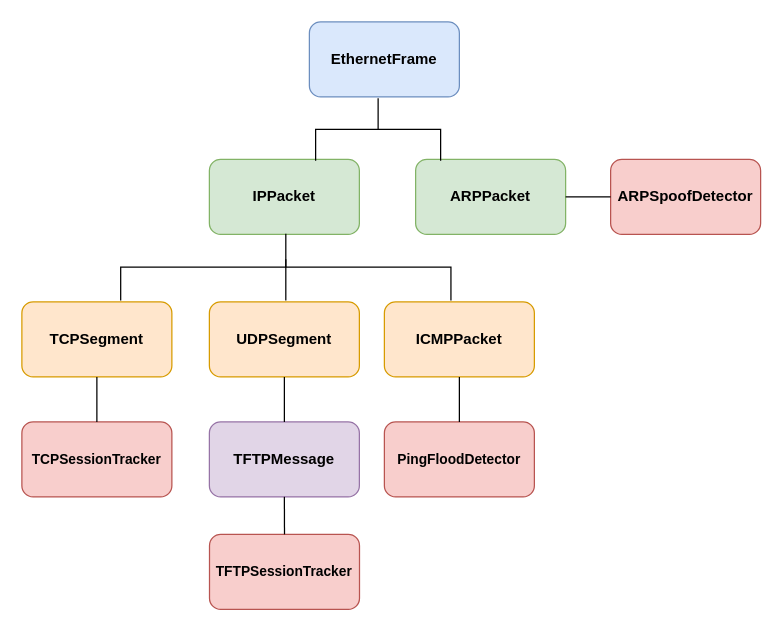
Above: cPacketSniffer.drawio in baoqger/drawing.io (draw.io), before the change. Source tidied: cells renumbered, new cells numbered last; positions are measured from the earlier drawing's top-left corner, leaving out a move shared by most shapes. Both pictures are drawn from the tidied source at 125%, with x=0, y=0 at pixel (21, 21).
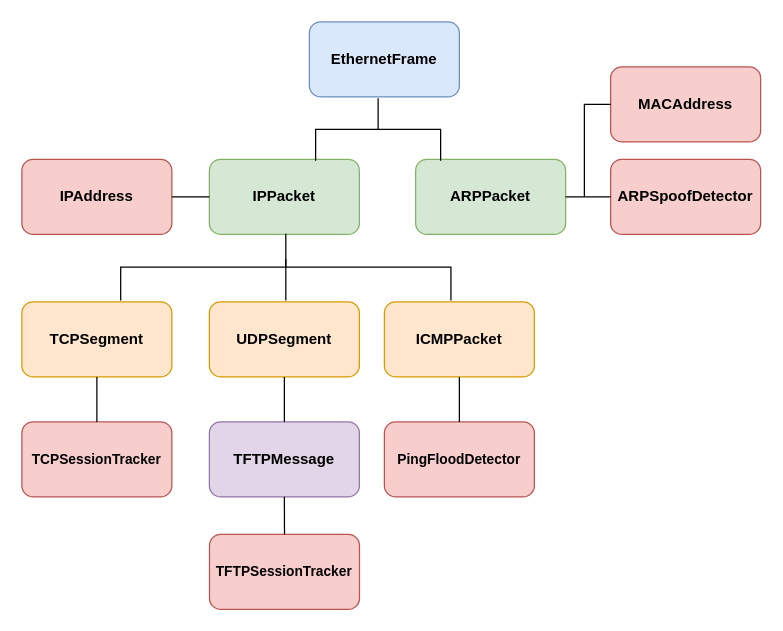
The same diagram, later.

Unchanged cells that the change refers to:
```xml
<mxCell id="3" value="IPPacket" style="rounded=1;whiteSpace=wrap;html=1;fillColor=#d5e8d4;strokeColor=#82b366;fontStyle=1;fontSize=12;" parent="1" vertex="1">
  <mxGeometry x="150" y="110" width="120" height="60" as="geometry" />
</mxCell>
```

Diff of the diagram source:
```diff
@@
+    <mxCell id="21" value="MACAddress" style="rounded=1;whiteSpace=wrap;html=1;fillColor=#f8cecc;strokeColor=#b85450;fontStyle=1;fontSize=12;" parent="1" vertex="1">
+      <mxGeometry x="471" y="36" width="120" height="60" as="geometry" />
+    </mxCell>
+    <mxCell id="22" value="IPAddress" style="rounded=1;whiteSpace=wrap;html=1;fillColor=#f8cecc;strokeColor=#b85450;fontStyle=1;fontSize=12;" parent="1" vertex="1">
+      <mxGeometry y="110" width="120" height="60" as="geometry" />
+    </mxCell>
+    <mxCell id="23" style="endArrow=none;html=1;rounded=0;exitX=1;exitY=0.5;exitDx=0;exitDy=0;entryX=0;entryY=0.5;entryDx=0;entryDy=0;" parent="1" edge="1" source="22" target="3">
+      <mxGeometry relative="1" as="geometry" />
+    </mxCell>
+    <mxCell id="24" style="endArrow=none;html=1;rounded=0;entryX=0;entryY=0.5;entryDx=0;entryDy=0;" parent="1" edge="1" target="21">
+      <mxGeometry relative="1" as="geometry">
+        <mxPoint x="450" y="140" as="sourcePoint" />
+        <Array as="points">
+          <mxPoint x="450" y="66" />
+        </Array>
+      </mxGeometry>
+    </mxCell>
```
